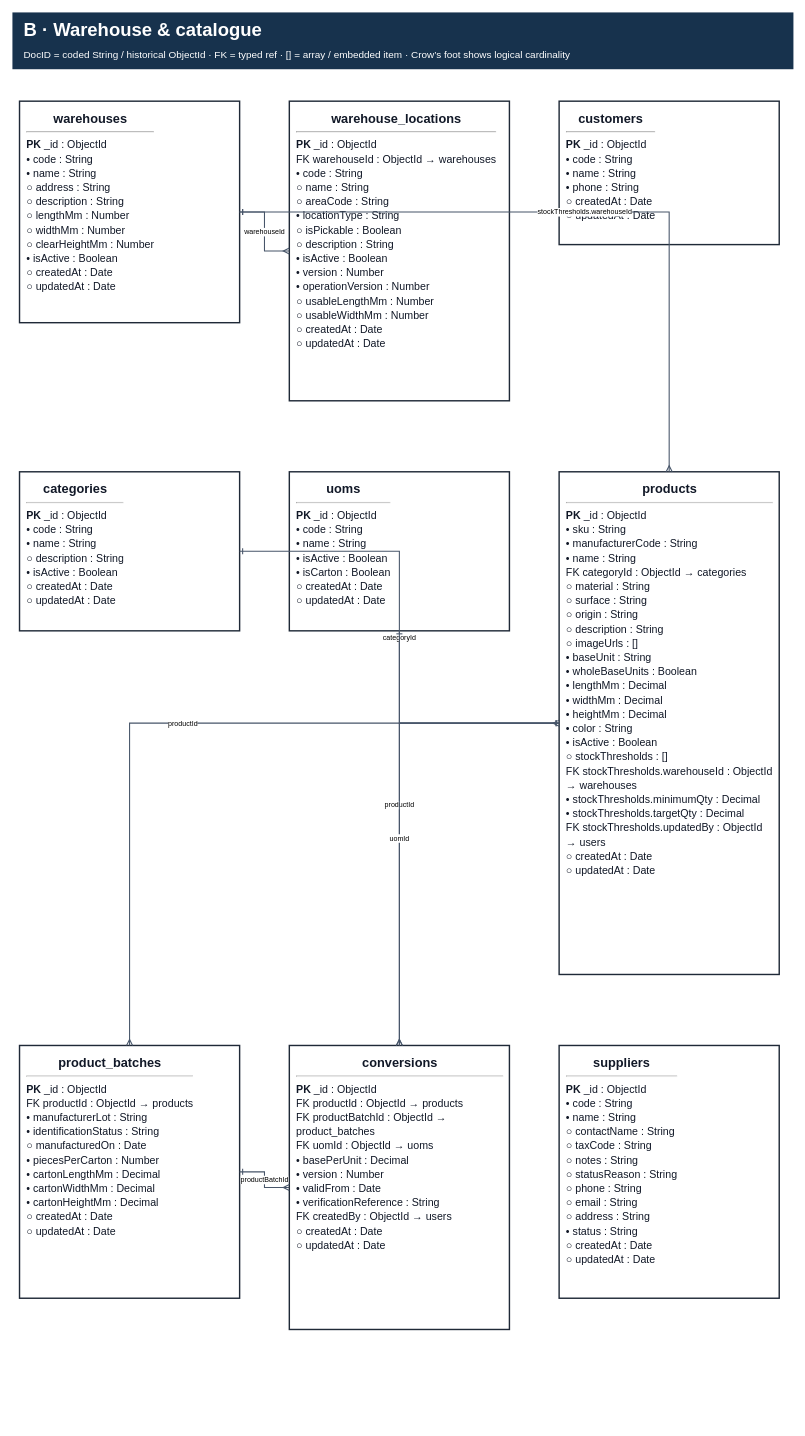
Before: page "B · Warehouse & catalogue" (3 of 11) of git_doc/docs/03_thiet_ke/DB_Current_2026-11-12_58/WMSD_ERD_Current.drawio in bupbalabup/wmsd_be, a draw.io diagram. Source tidied: cells renumbered, new cells numbered last; positions are measured from the earlier drawing's top-left corner, leaving out a move shared by most shapes. Both pictures are drawn from the tidied source at 71%, with x=0, y=0 at pixel (12, 12).
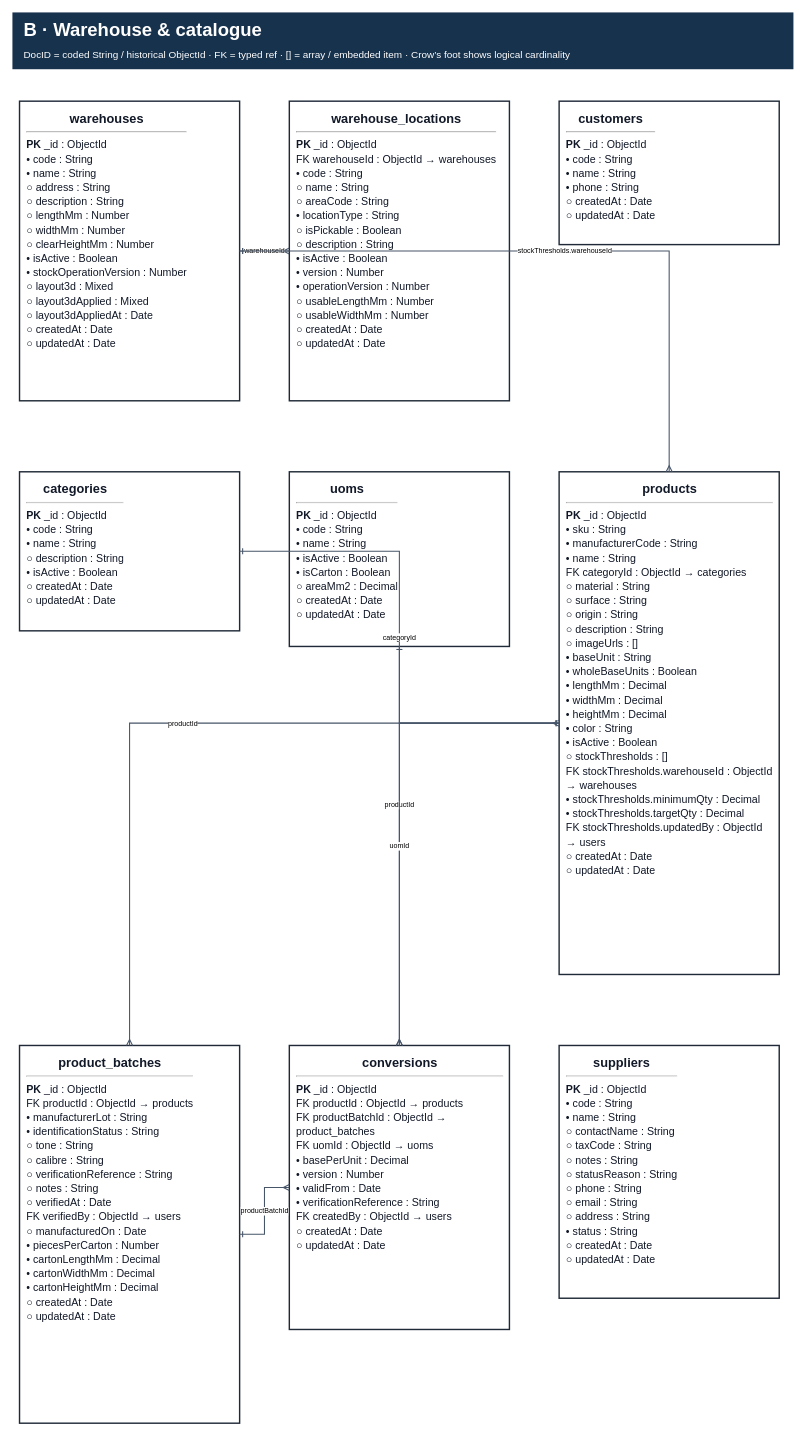
Above is the later version.

Diff of the diagram source:
```diff
@@
 <mxGraphModel background="#FFFFFF">
   <root>
     <mxCell id="0" />
     <mxCell id="1" parent="0" />
     <mxCell id="2" value="&lt;b&gt;B · Warehouse &amp; catalogue&lt;/b&gt;&lt;br/&gt;&lt;font style=&quot;font-size:14px&quot;&gt;DocID = coded String / historical ObjectId · FK = typed ref · [] = array / embedded item · Crow’s foot shows logical cardinality&lt;/font&gt;" style="rounded=0;whiteSpace=wrap;html=1;fillColor=#17324D;strokeColor=none;fontColor=#FFFFFF;align=left;verticalAlign=middle;spacing=16;fontFamily=Arial;fontSize=26;" parent="1" vertex="1">
       <mxGeometry width="1100" height="80" as="geometry" />
     </mxCell>
-    <mxCell id="3" value="&lt;div style=&quot;font-size:15px;line-height:20px&quot;&gt;&lt;div style=&quot;text-align:center;font-size:18px&quot;&gt;&lt;b&gt;warehouses&lt;/b&gt;&lt;/div&gt;&lt;hr/&gt;&lt;div&gt;&lt;b&gt;PK&lt;/b&gt;  _id : ObjectId&lt;br/&gt;•  code : String&lt;br/&gt;•  name : String&lt;br/&gt;○  address : String&lt;br/&gt;○  description : String&lt;br/&gt;○  lengthMm : Number&lt;br/&gt;○  widthMm : Number&lt;br/&gt;○  clearHeightMm : Number&lt;br/&gt;•  isActive : Boolean&lt;br/&gt;○ createdAt : Date&lt;br/&gt;○ updatedAt : Date&lt;/div&gt;&lt;/div&gt;" style="rounded=0;whiteSpace=wrap;html=1;fillColor=#FFFFFF;strokeColor=#1F2937;strokeWidth=2;fontColor=#111827;align=left;verticalAlign=top;spacing=10;fontFamily=Arial;overflow=hidden;" parent="1" vertex="1">
-      <mxGeometry x="10" y="125" width="310" height="312" as="geometry" />
+    <mxCell id="3" value="&lt;div style=&quot;font-size:15px;line-height:20px&quot;&gt;&lt;div style=&quot;text-align:center;font-size:18px&quot;&gt;&lt;b&gt;warehouses&lt;/b&gt;&lt;/div&gt;&lt;hr/&gt;&lt;div&gt;&lt;b&gt;PK&lt;/b&gt;  _id : ObjectId&lt;br/&gt;•  code : String&lt;br/&gt;•  name : String&lt;br/&gt;○  address : String&lt;br/&gt;○  description : String&lt;br/&gt;○  lengthMm : Number&lt;br/&gt;○  widthMm : Number&lt;br/&gt;○  clearHeightMm : Number&lt;br/&gt;•  isActive : Boolean&lt;br/&gt;•  stockOperationVersion : Number&lt;br/&gt;○  layout3d : Mixed&lt;br/&gt;○  layout3dApplied : Mixed&lt;br/&gt;○  layout3dAppliedAt : Date&lt;br/&gt;○ createdAt : Date&lt;br/&gt;○ updatedAt : Date&lt;/div&gt;&lt;/div&gt;" style="rounded=0;whiteSpace=wrap;html=1;fillColor=#FFFFFF;strokeColor=#1F2937;strokeWidth=2;fontColor=#111827;align=left;verticalAlign=top;spacing=10;fontFamily=Arial;overflow=hidden;" parent="1" vertex="1">
+      <mxGeometry x="10" y="125" width="310" height="422" as="geometry" />
     </mxCell>
     <mxCell id="4" value="&lt;div style=&quot;font-size:15px;line-height:20px&quot;&gt;&lt;div style=&quot;text-align:center;font-size:18px&quot;&gt;&lt;b&gt;warehouse_locations&lt;/b&gt;&lt;/div&gt;&lt;hr/&gt;&lt;div&gt;&lt;b&gt;PK&lt;/b&gt;  _id : ObjectId&lt;br/&gt;FK  warehouseId : ObjectId → warehouses&lt;br/&gt;•  code : String&lt;br/&gt;○  name : String&lt;br/&gt;○  areaCode : String&lt;br/&gt;•  locationType : String&lt;br/&gt;○  isPickable : Boolean&lt;br/&gt;○  description : String&lt;br/&gt;•  isActive : Boolean&lt;br/&gt;•  version : Number&lt;br/&gt;•  operationVersion : Number&lt;br/&gt;○  usableLengthMm : Number&lt;br/&gt;○  usableWidthMm : Number&lt;br/&gt;○ createdAt : Date&lt;br/&gt;○ updatedAt : Date&lt;/div&gt;&lt;/div&gt;" style="rounded=0;whiteSpace=wrap;html=1;fillColor=#FFFFFF;strokeColor=#1F2937;strokeWidth=2;fontColor=#111827;align=left;verticalAlign=top;spacing=10;fontFamily=Arial;overflow=hidden;" parent="1" vertex="1">
       <mxGeometry x="390" y="125" width="310" height="422" as="geometry" />
     </mxCell>
     <mxCell id="5" value="&lt;div style=&quot;font-size:15px;line-height:20px&quot;&gt;&lt;div style=&quot;text-align:center;font-size:18px&quot;&gt;&lt;b&gt;customers&lt;/b&gt;&lt;/div&gt;&lt;hr/&gt;&lt;div&gt;&lt;b&gt;PK&lt;/b&gt;  _id : ObjectId&lt;br/&gt;•  code : String&lt;br/&gt;•  name : String&lt;br/&gt;•  phone : String&lt;br/&gt;○ createdAt : Date&lt;br/&gt;○ updatedAt : Date&lt;/div&gt;&lt;/div&gt;" style="rounded=0;whiteSpace=wrap;html=1;fillColor=#FFFFFF;strokeColor=#1F2937;strokeWidth=2;fontColor=#111827;align=left;verticalAlign=top;spacing=10;fontFamily=Arial;overflow=hidden;" parent="1" vertex="1">
       <mxGeometry x="770" y="125" width="310" height="202" as="geometry" />
     </mxCell>
     <mxCell id="6" value="&lt;div style=&quot;font-size:15px;line-height:20px&quot;&gt;&lt;div style=&quot;text-align:center;font-size:18px&quot;&gt;&lt;b&gt;categories&lt;/b&gt;&lt;/div&gt;&lt;hr/&gt;&lt;div&gt;&lt;b&gt;PK&lt;/b&gt;  _id : ObjectId&lt;br/&gt;•  code : String&lt;br/&gt;•  name : String&lt;br/&gt;○  description : String&lt;br/&gt;•  isActive : Boolean&lt;br/&gt;○ createdAt : Date&lt;br/&gt;○ updatedAt : Date&lt;/div&gt;&lt;/div&gt;" style="rounded=0;whiteSpace=wrap;html=1;fillColor=#FFFFFF;strokeColor=#1F2937;strokeWidth=2;fontColor=#111827;align=left;verticalAlign=top;spacing=10;fontFamily=Arial;overflow=hidden;" parent="1" vertex="1">
       <mxGeometry x="10" y="647" width="310" height="224" as="geometry" />
     </mxCell>
-    <mxCell id="7" value="&lt;div style=&quot;font-size:15px;line-height:20px&quot;&gt;&lt;div style=&quot;text-align:center;font-size:18px&quot;&gt;&lt;b&gt;uoms&lt;/b&gt;&lt;/div&gt;&lt;hr/&gt;&lt;div&gt;&lt;b&gt;PK&lt;/b&gt;  _id : ObjectId&lt;br/&gt;•  code : String&lt;br/&gt;•  name : String&lt;br/&gt;•  isActive : Boolean&lt;br/&gt;•  isCarton : Boolean&lt;br/&gt;○ createdAt : Date&lt;br/&gt;○ updatedAt : Date&lt;/div&gt;&lt;/div&gt;" style="rounded=0;whiteSpace=wrap;html=1;fillColor=#FFFFFF;strokeColor=#1F2937;strokeWidth=2;fontColor=#111827;align=left;verticalAlign=top;spacing=10;fontFamily=Arial;overflow=hidden;" parent="1" vertex="1">
-      <mxGeometry x="390" y="647" width="310" height="224" as="geometry" />
+    <mxCell id="7" value="&lt;div style=&quot;font-size:15px;line-height:20px&quot;&gt;&lt;div style=&quot;text-align:center;font-size:18px&quot;&gt;&lt;b&gt;uoms&lt;/b&gt;&lt;/div&gt;&lt;hr/&gt;&lt;div&gt;&lt;b&gt;PK&lt;/b&gt;  _id : ObjectId&lt;br/&gt;•  code : String&lt;br/&gt;•  name : String&lt;br/&gt;•  isActive : Boolean&lt;br/&gt;•  isCarton : Boolean&lt;br/&gt;○  areaMm2 : Decimal&lt;br/&gt;○ createdAt : Date&lt;br/&gt;○ updatedAt : Date&lt;/div&gt;&lt;/div&gt;" style="rounded=0;whiteSpace=wrap;html=1;fillColor=#FFFFFF;strokeColor=#1F2937;strokeWidth=2;fontColor=#111827;align=left;verticalAlign=top;spacing=10;fontFamily=Arial;overflow=hidden;" parent="1" vertex="1">
+      <mxGeometry x="390" y="647" width="310" height="246" as="geometry" />
     </mxCell>
     <mxCell id="8" value="&lt;div style=&quot;font-size:15px;line-height:20px&quot;&gt;&lt;div style=&quot;text-align:center;font-size:18px&quot;&gt;&lt;b&gt;products&lt;/b&gt;&lt;/div&gt;&lt;hr/&gt;&lt;div&gt;&lt;b&gt;PK&lt;/b&gt;  _id : ObjectId&lt;br/&gt;•  sku : String&lt;br/&gt;•  manufacturerCode : String&lt;br/&gt;•  name : String&lt;br/&gt;FK  categoryId : ObjectId → categories&lt;br/&gt;○  material : String&lt;br/&gt;○  surface : String&lt;br/&gt;○  origin : String&lt;br/&gt;○  description : String&lt;br/&gt;○  imageUrls : []&lt;br/&gt;•  baseUnit : String&lt;br/&gt;•  wholeBaseUnits : Boolean&lt;br/&gt;•  lengthMm : Decimal&lt;br/&gt;•  widthMm : Decimal&lt;br/&gt;•  heightMm : Decimal&lt;br/&gt;•  color : String&lt;br/&gt;•  isActive : Boolean&lt;br/&gt;○  stockThresholds : []&lt;br/&gt;FK  stockThresholds.warehouseId : ObjectId → warehouses&lt;br/&gt;•  stockThresholds.minimumQty : Decimal&lt;br/&gt;•  stockThresholds.targetQty : Decimal&lt;br/&gt;FK  stockThresholds.updatedBy : ObjectId → users&lt;br/&gt;○ createdAt : Date&lt;br/&gt;○ updatedAt : Date&lt;/div&gt;&lt;/div&gt;" style="rounded=0;whiteSpace=wrap;html=1;fillColor=#FFFFFF;strokeColor=#1F2937;strokeWidth=2;fontColor=#111827;align=left;verticalAlign=top;spacing=10;fontFamily=Arial;overflow=hidden;" parent="1" vertex="1">
       <mxGeometry x="770" y="647" width="310" height="708" as="geometry" />
     </mxCell>
-    <mxCell id="9" value="&lt;div style=&quot;font-size:15px;line-height:20px&quot;&gt;&lt;div style=&quot;text-align:center;font-size:18px&quot;&gt;&lt;b&gt;product_batches&lt;/b&gt;&lt;/div&gt;&lt;hr/&gt;&lt;div&gt;&lt;b&gt;PK&lt;/b&gt;  _id : ObjectId&lt;br/&gt;FK  productId : ObjectId → products&lt;br/&gt;•  manufacturerLot : String&lt;br/&gt;•  identificationStatus : String&lt;br/&gt;○  manufacturedOn : Date&lt;br/&gt;•  piecesPerCarton : Number&lt;br/&gt;•  cartonLengthMm : Decimal&lt;br/&gt;•  cartonWidthMm : Decimal&lt;br/&gt;•  cartonHeightMm : Decimal&lt;br/&gt;○ createdAt : Date&lt;br/&gt;○ updatedAt : Date&lt;/div&gt;&lt;/div&gt;" style="rounded=0;whiteSpace=wrap;html=1;fillColor=#FFFFFF;strokeColor=#1F2937;strokeWidth=2;fontColor=#111827;align=left;verticalAlign=top;spacing=10;fontFamily=Arial;overflow=hidden;" parent="1" vertex="1">
-      <mxGeometry x="10" y="1455" width="310" height="356" as="geometry" />
+    <mxCell id="9" value="&lt;div style=&quot;font-size:15px;line-height:20px&quot;&gt;&lt;div style=&quot;text-align:center;font-size:18px&quot;&gt;&lt;b&gt;product_batches&lt;/b&gt;&lt;/div&gt;&lt;hr/&gt;&lt;div&gt;&lt;b&gt;PK&lt;/b&gt;  _id : ObjectId&lt;br/&gt;FK  productId : ObjectId → products&lt;br/&gt;•  manufacturerLot : String&lt;br/&gt;•  identificationStatus : String&lt;br/&gt;○  tone : String&lt;br/&gt;○  calibre : String&lt;br/&gt;○  verificationReference : String&lt;br/&gt;○  notes : String&lt;br/&gt;○  verifiedAt : Date&lt;br/&gt;FK  verifiedBy : ObjectId → users&lt;br/&gt;○  manufacturedOn : Date&lt;br/&gt;•  piecesPerCarton : Number&lt;br/&gt;•  cartonLengthMm : Decimal&lt;br/&gt;•  cartonWidthMm : Decimal&lt;br/&gt;•  cartonHeightMm : Decimal&lt;br/&gt;○ createdAt : Date&lt;br/&gt;○ updatedAt : Date&lt;/div&gt;&lt;/div&gt;" style="rounded=0;whiteSpace=wrap;html=1;fillColor=#FFFFFF;strokeColor=#1F2937;strokeWidth=2;fontColor=#111827;align=left;verticalAlign=top;spacing=10;fontFamily=Arial;overflow=hidden;" parent="1" vertex="1">
+      <mxGeometry x="10" y="1455" width="310" height="532" as="geometry" />
     </mxCell>
     <mxCell id="10" value="&lt;div style=&quot;font-size:15px;line-height:20px&quot;&gt;&lt;div style=&quot;text-align:center;font-size:18px&quot;&gt;&lt;b&gt;conversions&lt;/b&gt;&lt;/div&gt;&lt;hr/&gt;&lt;div&gt;&lt;b&gt;PK&lt;/b&gt;  _id : ObjectId&lt;br/&gt;FK  productId : ObjectId → products&lt;br/&gt;FK  productBatchId : ObjectId → product_batches&lt;br/&gt;FK  uomId : ObjectId → uoms&lt;br/&gt;•  basePerUnit : Decimal&lt;br/&gt;•  version : Number&lt;br/&gt;•  validFrom : Date&lt;br/&gt;•  verificationReference : String&lt;br/&gt;FK  createdBy : ObjectId → users&lt;br/&gt;○ createdAt : Date&lt;br/&gt;○ updatedAt : Date&lt;/div&gt;&lt;/div&gt;" style="rounded=0;whiteSpace=wrap;html=1;fillColor=#FFFFFF;strokeColor=#1F2937;strokeWidth=2;fontColor=#111827;align=left;verticalAlign=top;spacing=10;fontFamily=Arial;overflow=hidden;" parent="1" vertex="1">
       <mxGeometry x="390" y="1455" width="310" height="400" as="geometry" />
     </mxCell>
     <mxCell id="11" value="&lt;div style=&quot;font-size:15px;line-height:20px&quot;&gt;&lt;div style=&quot;text-align:center;font-size:18px&quot;&gt;&lt;b&gt;suppliers&lt;/b&gt;&lt;/div&gt;&lt;hr/&gt;&lt;div&gt;&lt;b&gt;PK&lt;/b&gt;  _id : ObjectId&lt;br/&gt;•  code : String&lt;br/&gt;•  name : String&lt;br/&gt;○  contactName : String&lt;br/&gt;○  taxCode : String&lt;br/&gt;○  notes : String&lt;br/&gt;○  statusReason : String&lt;br/&gt;○  phone : String&lt;br/&gt;○  email : String&lt;br/&gt;○  address : String&lt;br/&gt;•  status : String&lt;br/&gt;○ createdAt : Date&lt;br/&gt;○ updatedAt : Date&lt;/div&gt;&lt;/div&gt;" style="rounded=0;whiteSpace=wrap;html=1;fillColor=#FFFFFF;strokeColor=#1F2937;strokeWidth=2;fontColor=#111827;align=left;verticalAlign=top;spacing=10;fontFamily=Arial;overflow=hidden;" parent="1" vertex="1">
       <mxGeometry x="770" y="1455" width="310" height="356" as="geometry" />
     </mxCell>
     <mxCell id="12" value="warehouseId" style="edgeStyle=orthogonalEdgeStyle;rounded=0;jettySize=auto;html=1;strokeColor=#475569;strokeWidth=1.5;startArrow=ERone;endArrow=ERmany;fontFamily=Arial;fontSize=10;labelBackgroundColor=#FFFFFF;" parent="1" edge="1" source="3" target="4">
       <mxGeometry relative="1" as="geometry" />
     </mxCell>
     <mxCell id="13" value="categoryId" style="edgeStyle=orthogonalEdgeStyle;rounded=0;jettySize=auto;html=1;strokeColor=#475569;strokeWidth=1.5;startArrow=ERone;endArrow=ERmany;fontFamily=Arial;fontSize=10;labelBackgroundColor=#FFFFFF;" parent="1" edge="1" source="6" target="8">
       <mxGeometry relative="1" as="geometry" />
     </mxCell>
     <mxCell id="14" value="stockThresholds.warehouseId" style="edgeStyle=orthogonalEdgeStyle;rounded=0;jettySize=auto;html=1;strokeColor=#475569;strokeWidth=1.5;startArrow=ERone;endArrow=ERmany;fontFamily=Arial;fontSize=10;labelBackgroundColor=#FFFFFF;" parent="1" edge="1" source="3" target="8">
       <mxGeometry relative="1" as="geometry" />
     </mxCell>
     <mxCell id="15" value="productId" style="edgeStyle=orthogonalEdgeStyle;rounded=0;jettySize=auto;html=1;strokeColor=#475569;strokeWidth=1.5;startArrow=ERone;endArrow=ERmany;fontFamily=Arial;fontSize=10;labelBackgroundColor=#FFFFFF;" parent="1" edge="1" source="8" target="9">
       <mxGeometry relative="1" as="geometry" />
     </mxCell>
     <mxCell id="16" value="productId" style="edgeStyle=orthogonalEdgeStyle;rounded=0;jettySize=auto;html=1;strokeColor=#475569;strokeWidth=1.5;startArrow=ERone;endArrow=ERmany;fontFamily=Arial;fontSize=10;labelBackgroundColor=#FFFFFF;" parent="1" edge="1" source="8" target="10">
       <mxGeometry relative="1" as="geometry" />
     </mxCell>
     <mxCell id="17" value="productBatchId" style="edgeStyle=orthogonalEdgeStyle;rounded=0;jettySize=auto;html=1;strokeColor=#475569;strokeWidth=1.5;startArrow=ERone;endArrow=ERmany;fontFamily=Arial;fontSize=10;labelBackgroundColor=#FFFFFF;" parent="1" edge="1" source="9" target="10">
       <mxGeometry relative="1" as="geometry" />
     </mxCell>
     <mxCell id="18" value="uomId" style="edgeStyle=orthogonalEdgeStyle;rounded=0;jettySize=auto;html=1;strokeColor=#475569;strokeWidth=1.5;startArrow=ERone;endArrow=ERmany;fontFamily=Arial;fontSize=10;labelBackgroundColor=#FFFFFF;" parent="1" edge="1" source="7" target="10">
       <mxGeometry relative="1" as="geometry" />
     </mxCell>
   </root>
 </mxGraphModel>
```
